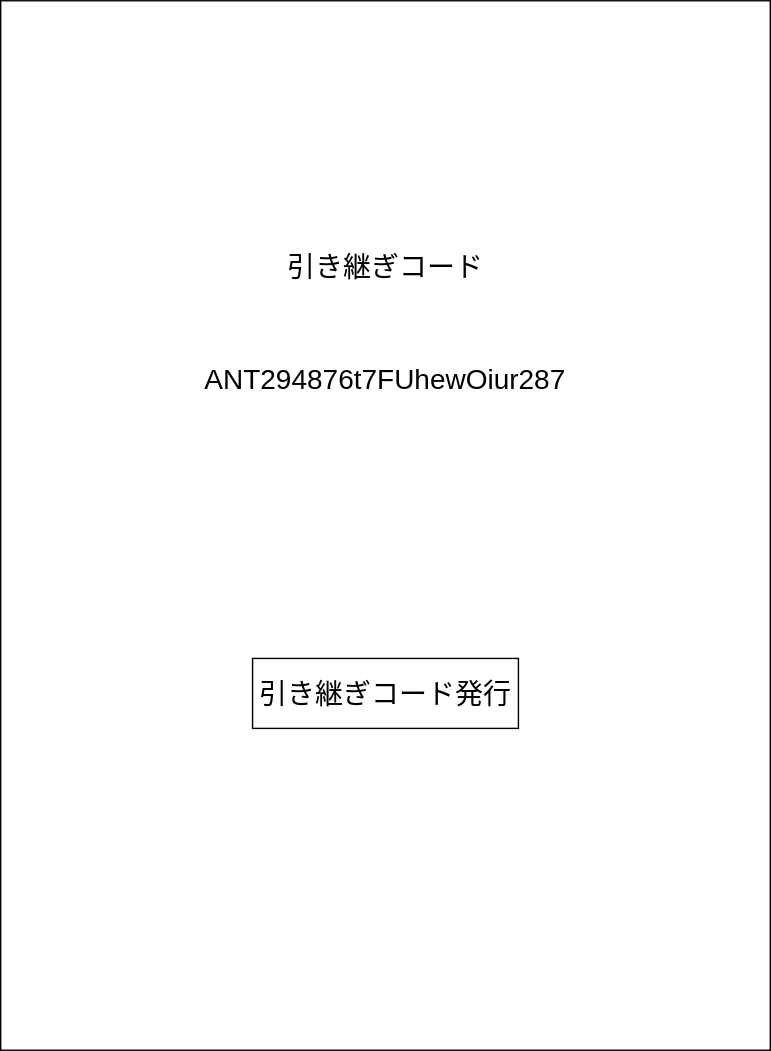
The draw.io diagram make_handover_code.drawio.svg in anti-paper/anti_paper_wf, before a commit. Source tidied: cells renumbered, new cells last; positions are measured from the earlier drawing's top-left corner, leaving out a move shared by most shapes.
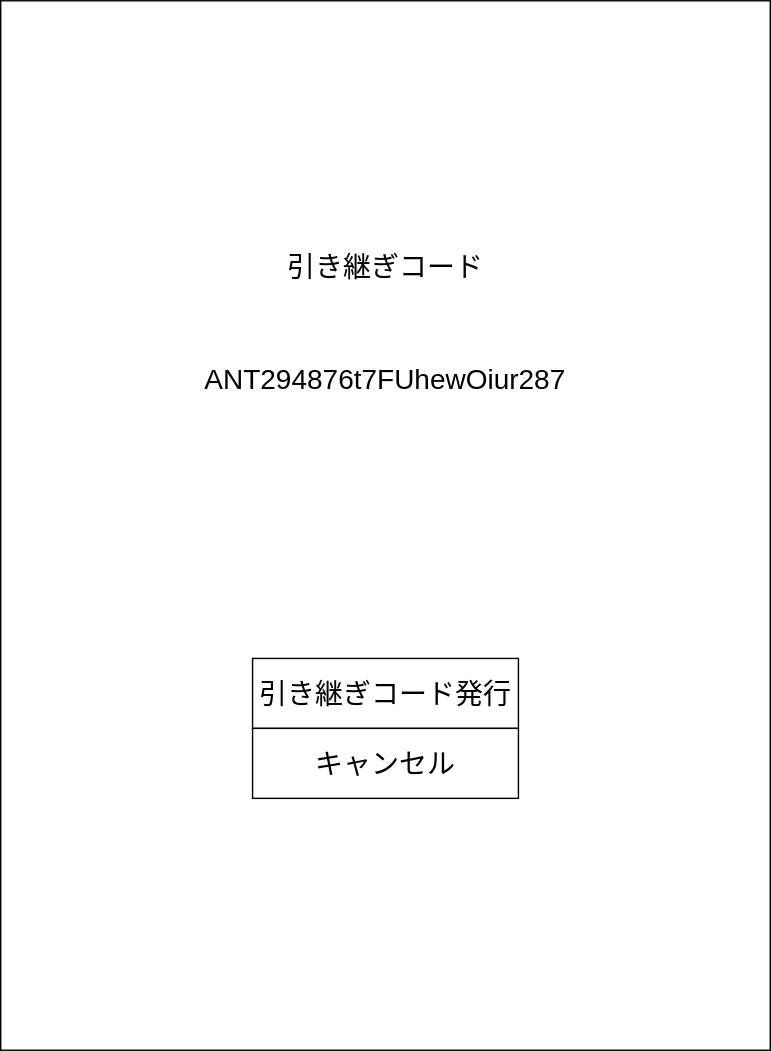
The same diagram one commit later.

Diff of the diagram source:
```diff
@@ -14,5 +14,8 @@
     <mxCell id="5" value="ANT294876t7FUhewOiur287" style="text;html=1;align=center;verticalAlign=middle;whiteSpace=wrap;rounded=0;fontSize=20;" parent="1" vertex="1">
       <mxGeometry x="120" y="240" width="310" height="60" as="geometry" />
     </mxCell>
+    <mxCell id="6" value="キャンセル" style="rounded=0;whiteSpace=wrap;html=1;fontSize=20;" parent="1" vertex="1">
+      <mxGeometry x="180" y="520" width="190" height="50" as="geometry" />
+    </mxCell>
   </root>
 </mxGraphModel>
```
